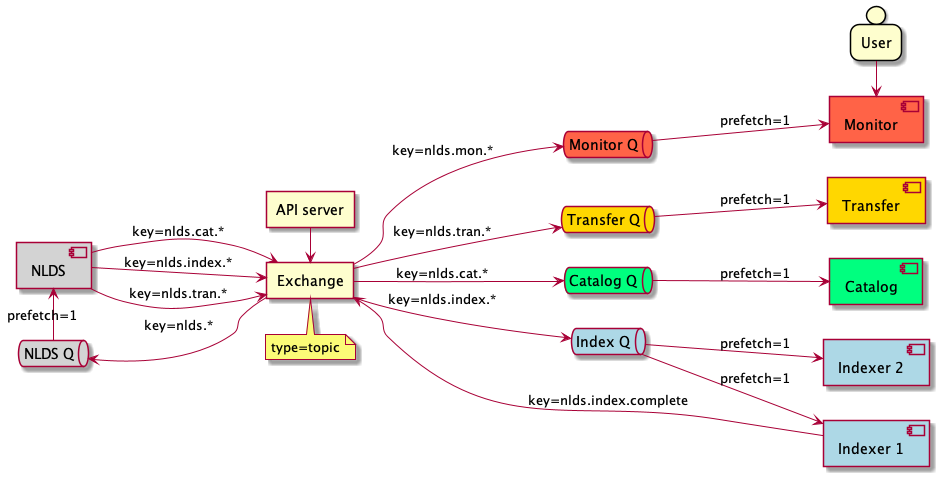
Above: doc/uml/queue_structure.png in cedadev/nlds (PlantUML), before the change.
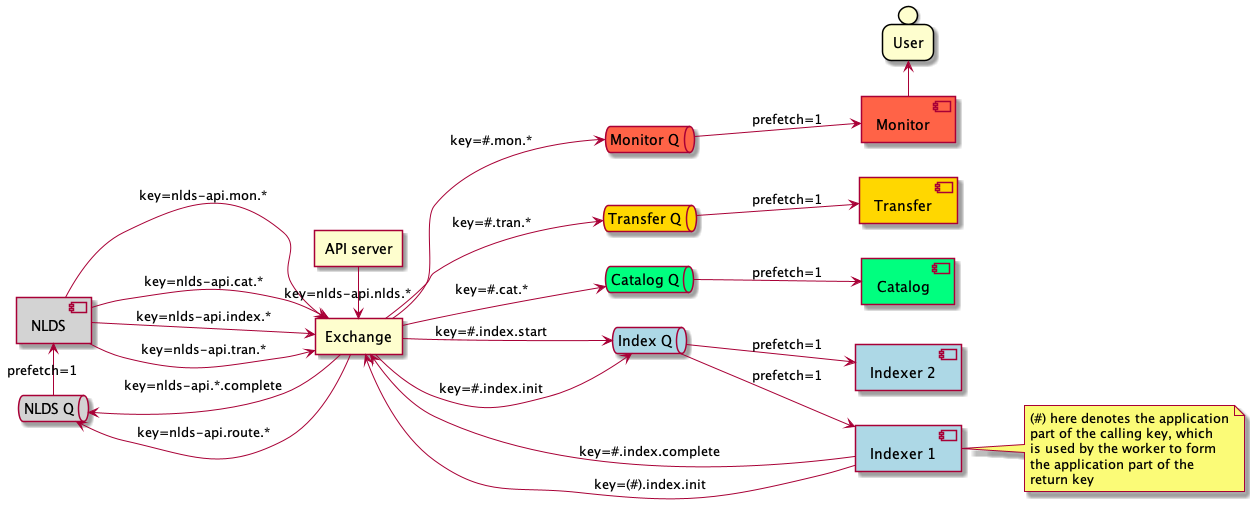
Later version of the same file.

Change to the diagram source:
```diff
@@ -10,10 +10,10 @@
 
 together {
     agent pex as "Exchange"
-    note top of pex: type=topic
 }
 
-pex --> wq : key=nlds.*
+pex --> wq : key=nlds-api.*.complete
+pex --> wq : key=nlds-api.route.*
 wq -> work : prefetch=1
 
 together {
@@ -22,16 +22,18 @@
     queue cq as "Catalog Q" #springgreen
 }
 
-pex --> sq : key=nlds.index.*
-pex --> tq : key=nlds.tran.*
-pex --> cq : key=nlds.cat.*
+pex --> sq : key=#.index.init
+pex --> sq : key=#.index.start
+pex --> tq : key=#.tran.*
+pex --> cq : key=#.cat.*
 
-work --> pex : key=nlds.index.*
-work --> pex : key=nlds.tran.*
-work --> pex : key=nlds.cat.*
+work --> pex : key=nlds-api.index.*
+work --> pex : key=nlds-api.tran.*
+work --> pex : key=nlds-api.mon.*
+work --> pex : key=nlds-api.cat.*
 
 queue mq as "Monitor Q" #tomato
-pex --> mq : key=nlds.mon.*
+pex --> mq : key=#.mon.*
 
 together {
     component scan1 as "Indexer 1" #lightblue
@@ -45,16 +47,25 @@
     person user as "User"
 }
 
-api_server -> pex
+api_server -> pex : key=nlds-api.nlds.*
 
 sq --> scan1 : prefetch=1
 sq --> scan2 : prefetch=1
 tq --> tran1 : prefetch=1
 cq --> cat1 : prefetch=1
+
 mq --> mon1 : prefetch=1
+mon1 -> user
 
-mon1 <- user
+scan1 --> pex : key=#.index.complete
+scan1 --> pex : key=(#).index.init
 
-scan1 --> pex : key=nlds.index.complete
+note right of scan1
+    (#) here denotes the application
+    part of the calling key, which
+    is used by the worker to form
+    the application part of the
+    return key
+end note
 
 @enduml
```
